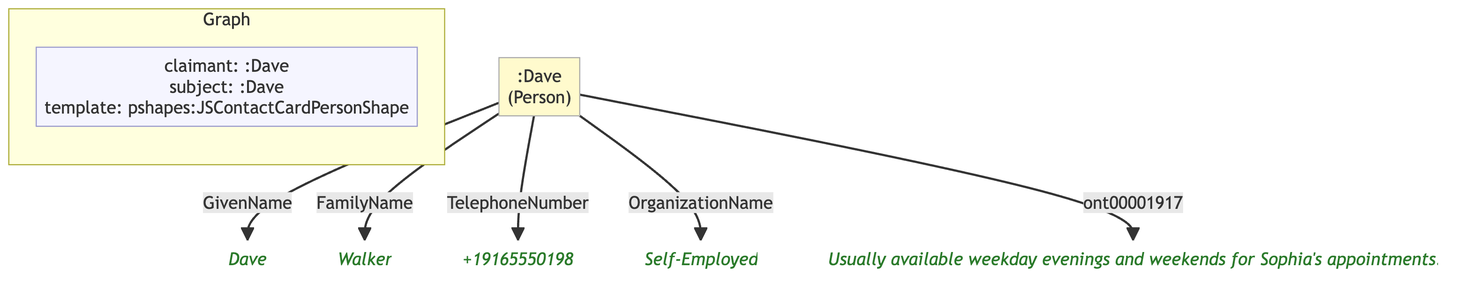
Above: example/graphs/images/graph-28.png in MeeFoundation/mia-ontologies (Mermaid), before the change. Its source is kept beside it as example/graphs/images/graph-28.mmd.
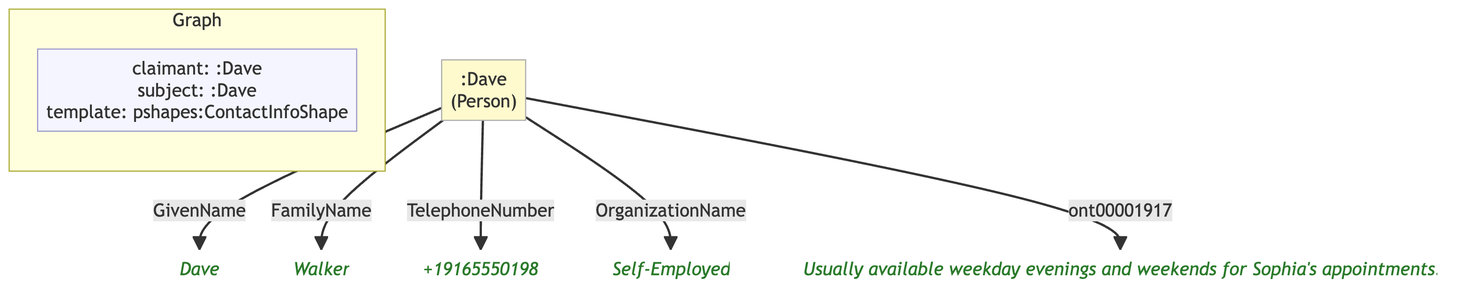
After the change.

Diff of the diagram source:
```diff
@@ -6,18 +6,18 @@
 
     subgraph ctx["Graph"]
         direction LR
-        ctx_meta["claimant: :Dave\nsubject: :Dave\ntemplate: pshapes:JSContactCardPersonShape"]:::meta
+        ctx_meta["claimant: :Dave\nsubject: :Dave\ntemplate: pshapes:ContactInfoShape"]:::meta
     end
 
     n1c28f5f47932[":Dave\n(Person)"]:::person
-    n7d2f8ea63606("Dave"):::lit
-    na85376e10af6("Walker"):::lit
-    n9b42d260012e("+19165550198"):::lit
-    n547590c11b52("Self-Employed"):::lit
-    n64215bb79bb5("Usually available weekday evenings and weekends for Sophia's appointments."):::lit
+    n486109c887b3("Dave"):::lit
+    nc6347e9c9cde("Walker"):::lit
+    n6caf2a33124a("+19165550198"):::lit
+    n0cb8f3a802d5("Self-Employed"):::lit
+    ndebd0e27c81c("Usually available weekday evenings and weekends for Sophia's appointments."):::lit
 
-    n1c28f5f47932 -->|"GivenName"| n7d2f8ea63606
-    n1c28f5f47932 -->|"FamilyName"| na85376e10af6
-    n1c28f5f47932 -->|"TelephoneNumber"| n9b42d260012e
-    n1c28f5f47932 -->|"OrganizationName"| n547590c11b52
-    n1c28f5f47932 -->|"ont00001917"| n64215bb79bb5
+    n1c28f5f47932 -->|"GivenName"| n486109c887b3
+    n1c28f5f47932 -->|"FamilyName"| nc6347e9c9cde
+    n1c28f5f47932 -->|"TelephoneNumber"| n6caf2a33124a
+    n1c28f5f47932 -->|"OrganizationName"| n0cb8f3a802d5
+    n1c28f5f47932 -->|"ont00001917"| ndebd0e27c81c
```
